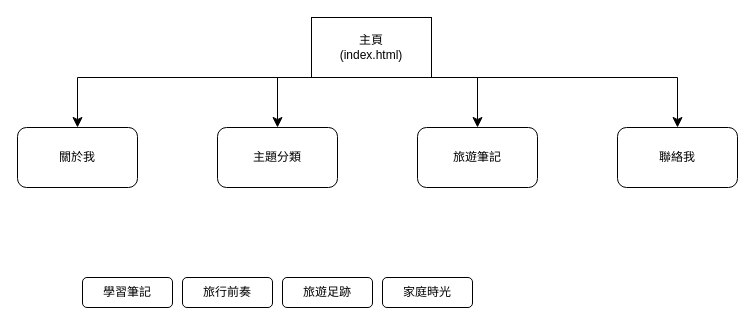
Above: 學習資料/網站資料結構.drawio in samchen2000/sam-study-web (draw.io), before the change. Source tidied: cells renumbered, new cells numbered last; positions are measured from the earlier drawing's top-left corner, leaving out a move shared by most shapes. Both pictures are drawn from the tidied source at 100%, with x=0, y=0 at pixel (17, 17).
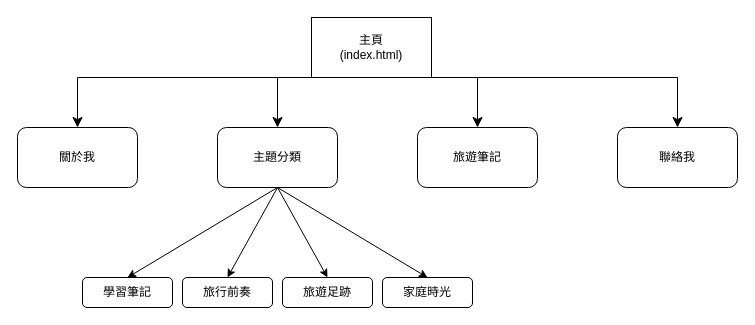
After the change.

The change refers to these unchanged cells:
```xml
<mxCell id="4" value="主題分類" style="rounded=1;whiteSpace=wrap;html=1;" parent="1" vertex="1">
  <mxGeometry x="200" y="110" width="120" height="60" as="geometry" />
</mxCell>
<mxCell id="11" value="學習筆記" style="rounded=1;whiteSpace=wrap;html=1;" parent="1" vertex="1">
  <mxGeometry x="65" y="260" width="90" height="30" as="geometry" />
</mxCell>
<mxCell id="12" value="旅行前奏" style="rounded=1;whiteSpace=wrap;html=1;" parent="1" vertex="1">
  <mxGeometry x="165" y="260" width="90" height="30" as="geometry" />
</mxCell>
<mxCell id="13" value="旅遊足跡" style="rounded=1;whiteSpace=wrap;html=1;" parent="1" vertex="1">
  <mxGeometry x="265" y="260" width="90" height="30" as="geometry" />
</mxCell>
<mxCell id="14" value="家庭時光" style="rounded=1;whiteSpace=wrap;html=1;" parent="1" vertex="1">
  <mxGeometry x="365" y="260" width="90" height="30" as="geometry" />
</mxCell>
```

Change to the diagram source:
```diff
@@
+    <mxCell id="15" style="endArrow=classic;html=1;exitX=0.5;exitY=1;exitDx=0;exitDy=0;entryX=0.5;entryY=0;entryDx=0;entryDy=0;" parent="1" edge="1" source="4" target="11">
+      <mxGeometry relative="1" as="geometry" />
+    </mxCell>
+    <mxCell id="16" style="endArrow=classic;html=1;exitX=0.5;exitY=1;exitDx=0;exitDy=0;entryX=0.5;entryY=0;entryDx=0;entryDy=0;" parent="1" edge="1" source="4" target="12">
+      <mxGeometry relative="1" as="geometry" />
+    </mxCell>
+    <mxCell id="17" style="endArrow=classic;html=1;entryX=0.5;entryY=0;entryDx=0;entryDy=0;" parent="1" edge="1" target="13">
+      <mxGeometry relative="1" as="geometry">
+        <mxPoint x="260" y="170" as="sourcePoint" />
+      </mxGeometry>
+    </mxCell>
+    <mxCell id="18" style="endArrow=classic;html=1;exitX=0.5;exitY=1;exitDx=0;exitDy=0;entryX=0.5;entryY=0;entryDx=0;entryDy=0;" parent="1" edge="1" source="4" target="14">
+      <mxGeometry relative="1" as="geometry" />
+    </mxCell>
```
